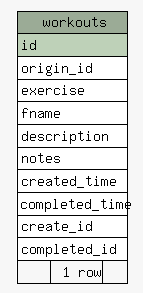
Before: dbDocs/diagrams/summary/workouts.1degree.png, a diagram exported from Graphviz (btv/DED_backend). Its source is kept beside it as dbDocs/diagrams/summary/workouts.1degree.dot.
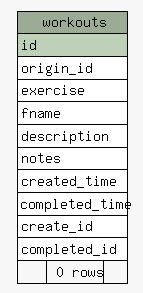
Above is the later version.

What changed in the source:
```diff
@@ -29,7 +29,7 @@
       <TR><TD PORT="completed_time" COLSPAN="3" ALIGN="LEFT">completed_time</TD></TR>
       <TR><TD PORT="create_id" COLSPAN="3" ALIGN="LEFT">create_id</TD></TR>
       <TR><TD PORT="completed_id" COLSPAN="3" ALIGN="LEFT">completed_id</TD></TR>
-      <TR><TD ALIGN="LEFT" BGCOLOR="#f7f7f7">  </TD><TD ALIGN="RIGHT" BGCOLOR="#f7f7f7">1 row</TD><TD ALIGN="RIGHT" BGCOLOR="#f7f7f7">  </TD></TR>
+      <TR><TD ALIGN="LEFT" BGCOLOR="#f7f7f7">  </TD><TD ALIGN="RIGHT" BGCOLOR="#f7f7f7">0 rows</TD><TD ALIGN="RIGHT" BGCOLOR="#f7f7f7">  </TD></TR>
     </TABLE>>
     URL="tables/workouts.html"
     tooltip="workouts"
```
